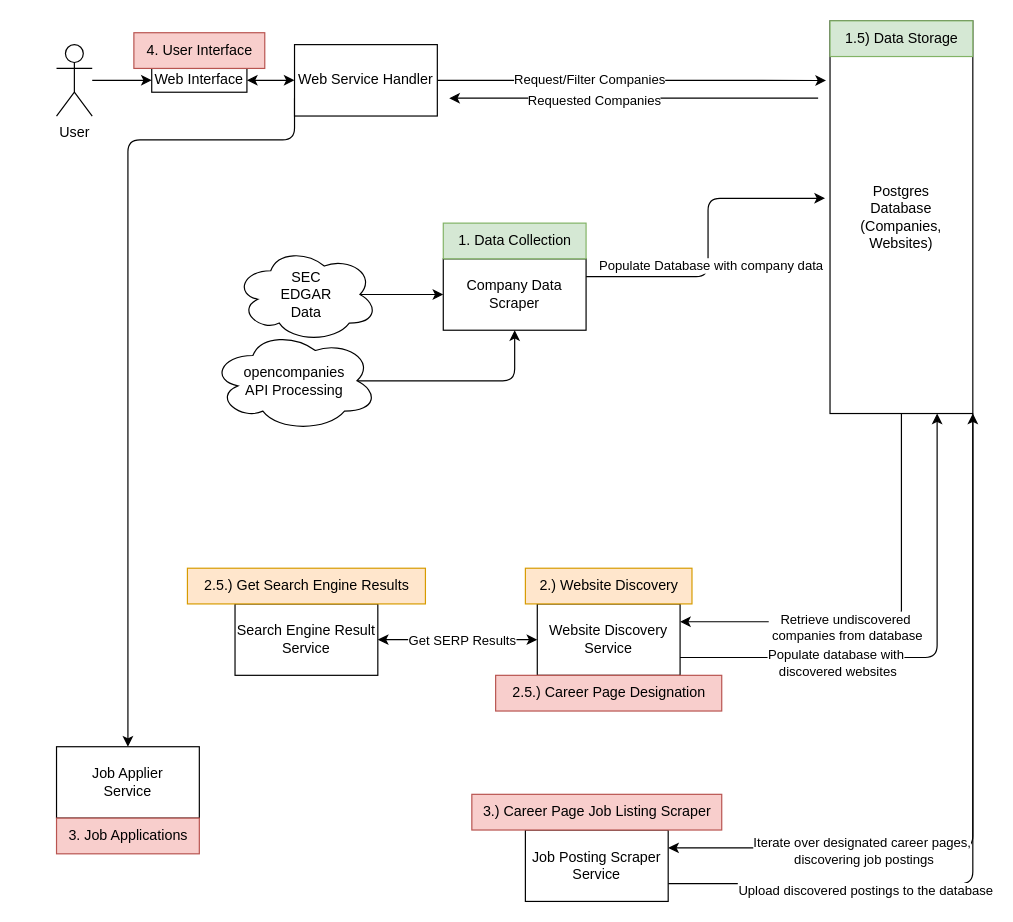
Earlier version of the draw.io diagram system_diagram.drawio (EatonWu/search_and_apply). Source tidied: cells renumbered, new cells numbered last; positions are measured from the earlier drawing's top-left corner, leaving out a move shared by most shapes. Both pictures are drawn from the tidied source at 119%, with x=0, y=0 at pixel (56, 20).
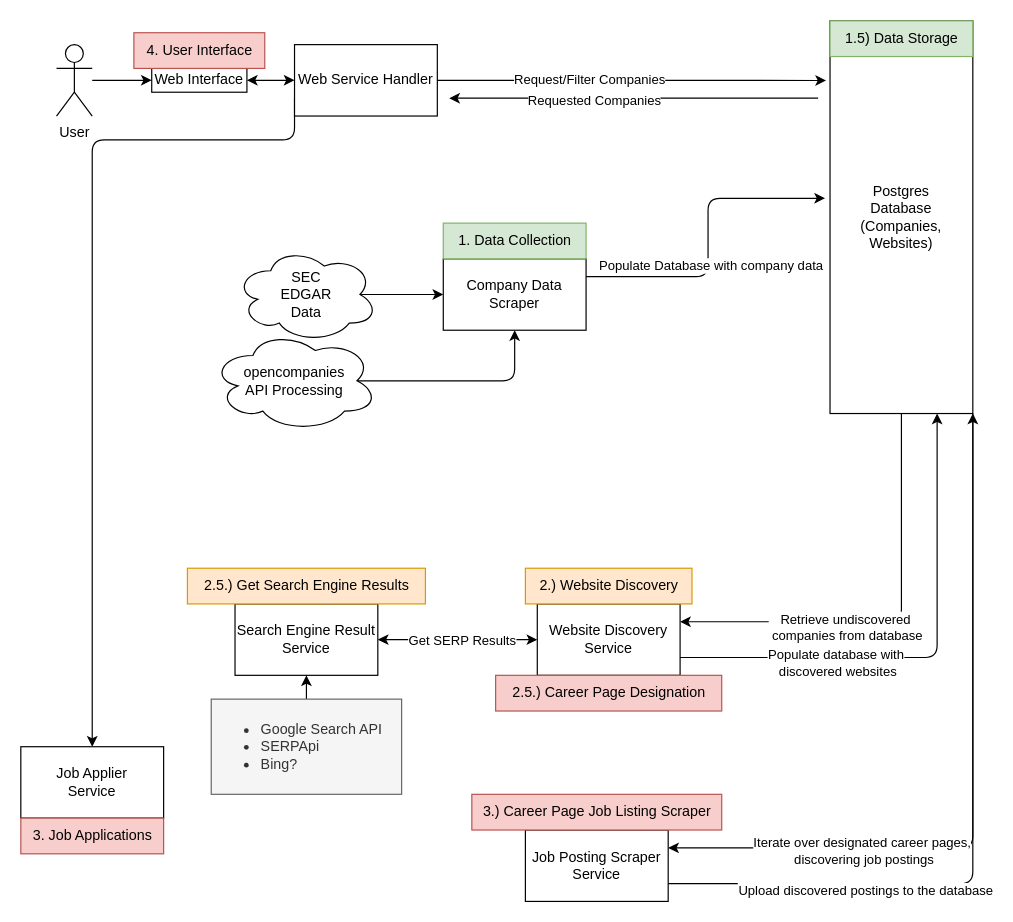
After the change.

Commit message (it also covers changes not shown here):
Updated system diagram

The change refers to these unchanged cells:
```xml
<mxCell id="16" value="Web Service Handler&lt;br&gt;" style="rounded=0;whiteSpace=wrap;html=1;" parent="1" vertex="1">
  <mxGeometry x="200" y="20" width="120" height="60" as="geometry" />
</mxCell>
<mxCell id="40" value="Search Engine Result Service" style="whiteSpace=wrap;html=1;" parent="1" vertex="1">
  <mxGeometry x="150" y="490" width="120" height="60" as="geometry" />
</mxCell>
```

The edit, as a diff of the source:
```diff
@@
     <mxCell id="15" style="edgeStyle=orthogonalEdgeStyle;jettySize=auto;html=1;exitX=0;exitY=0.75;exitDx=0;exitDy=0;entryX=0.5;entryY=0;entryDx=0;entryDy=0;" parent="1" edge="1" source="16" target="17">
       <mxGeometry relative="1" as="geometry">
         <Array as="points">
           <mxPoint x="200" y="100" />
-          <mxPoint x="60" y="100" />
+          <mxPoint x="30" y="100" />
         </Array>
       </mxGeometry>
     </mxCell>
@@
     <mxCell id="17" value="Job Applier&lt;br&gt;Service" style="rounded=0;whiteSpace=wrap;html=1;" parent="1" vertex="1">
-      <mxGeometry y="610" width="120" height="60" as="geometry" />
+      <mxGeometry x="-30" y="610" width="120" height="60" as="geometry" />
     </mxCell>
@@
     <mxCell id="30" value="3. Job Applications" style="text;html=1;align=center;verticalAlign=middle;strokeColor=#b85450;fillColor=#f8cecc;" parent="1" vertex="1">
-      <mxGeometry y="670" width="120" height="30" as="geometry" />
+      <mxGeometry x="-30" y="670" width="120" height="30" as="geometry" />
     </mxCell>
@@
+    <mxCell id="42" style="edgeStyle=orthogonalEdgeStyle;jettySize=auto;html=1;exitX=0.5;exitY=0;exitDx=0;exitDy=0;entryX=0.5;entryY=1;entryDx=0;entryDy=0;" parent="1" edge="1" source="43" target="40">
+      <mxGeometry relative="1" as="geometry" />
+    </mxCell>
+    <mxCell id="43" value="&lt;ul&gt;&lt;li&gt;Google Search API&lt;/li&gt;&lt;li&gt;SERPApi&lt;/li&gt;&lt;li&gt;Bing?&lt;/li&gt;&lt;/ul&gt;" style="text;strokeColor=#666666;fillColor=#f5f5f5;html=1;whiteSpace=wrap;verticalAlign=middle;overflow=hidden;fontColor=#333333;" parent="1" vertex="1">
+      <mxGeometry x="130" y="570" width="160" height="80" as="geometry" />
+    </mxCell>
```
